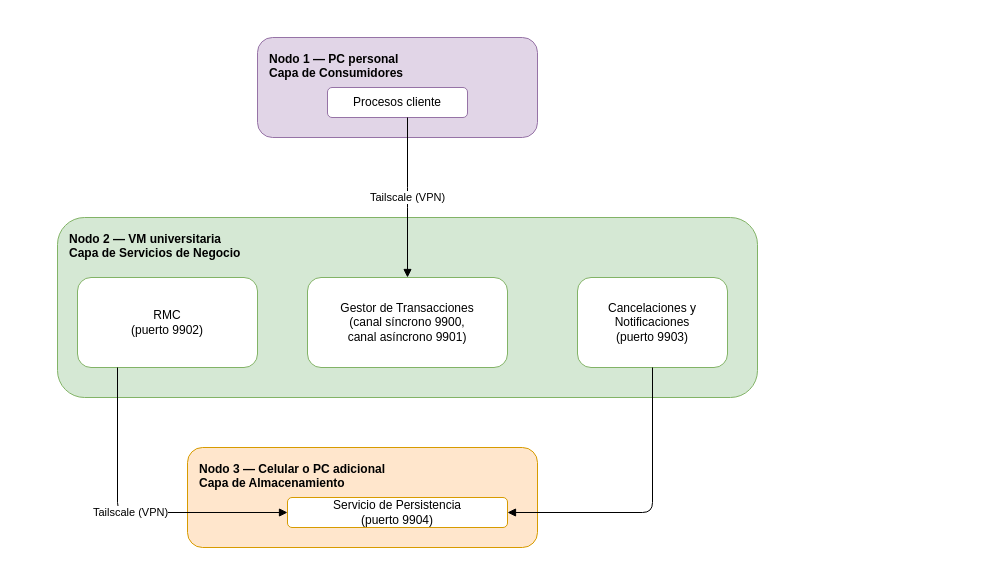
Earlier version of the draw.io diagram docs/diagramas/despliegue.drawio (AdrianMontLin/sistema-reserva-boletos). Source tidied: cells renumbered, new cells numbered last; positions are measured from the earlier drawing's top-left corner, leaving out a move shared by most shapes. Both pictures are drawn from the tidied source at 100%, with x=0, y=0 at pixel (57, 37).
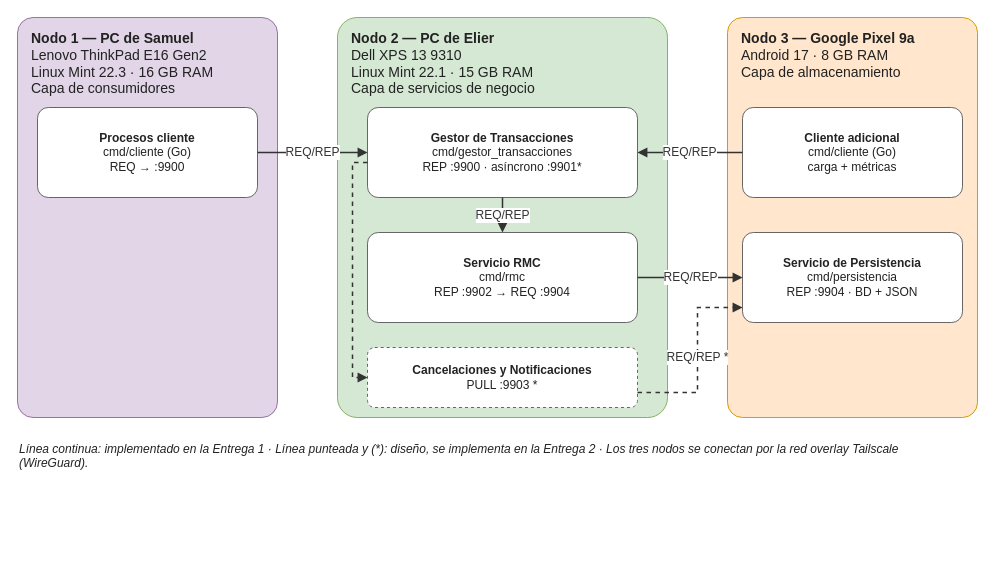
Above is the later version.

Diff of the diagram source:
```diff
@@
-    <mxCell id="2" value="Nodo 1 — PC personal&#10;Capa de Consumidores" style="rounded=1;whiteSpace=wrap;html=1;fillColor=#E1D5E7;strokeColor=#9673A6;verticalAlign=top;align=left;spacingLeft=10;spacingTop=8;fontStyle=1;" parent="1" vertex="1">
-      <mxGeometry x="200" width="280" height="100" as="geometry" />
-    </mxCell>
-    <mxCell id="3" value="Procesos cliente" style="rounded=1;whiteSpace=wrap;html=1;fillColor=#ffffff;strokeColor=#9673A6;" parent="1" vertex="1">
-      <mxGeometry x="270" y="50" width="140" height="30" as="geometry" />
-    </mxCell>
-    <mxCell id="4" value="Nodo 2 — VM universitaria&#10;Capa de Servicios de Negocio" style="rounded=1;whiteSpace=wrap;html=1;fillColor=#D5E8D4;strokeColor=#82B366;verticalAlign=top;align=left;spacingLeft=10;spacingTop=8;fontStyle=1;" parent="1" vertex="1">
-      <mxGeometry y="180" width="700" height="180" as="geometry" />
-    </mxCell>
-    <mxCell id="5" value="Gestor de Transacciones&#10;(canal síncrono 9900,&#10;canal asíncrono 9901)" style="rounded=1;whiteSpace=wrap;html=1;fillColor=#ffffff;strokeColor=#82B366;" parent="1" vertex="1">
-      <mxGeometry x="250" y="240" width="200" height="90" as="geometry" />
-    </mxCell>
-    <mxCell id="6" value="RMC&#10;(puerto 9902)" style="rounded=1;whiteSpace=wrap;html=1;fillColor=#ffffff;strokeColor=#82B366;" parent="1" vertex="1">
-      <mxGeometry x="20" y="240" width="180" height="90" as="geometry" />
-    </mxCell>
-    <mxCell id="7" value="Cancelaciones y&#10;Notificaciones&#10;(puerto 9903)" style="rounded=1;whiteSpace=wrap;html=1;fillColor=#ffffff;strokeColor=#82B366;" parent="1" vertex="1">
-      <mxGeometry x="520" y="240" width="150" height="90" as="geometry" />
-    </mxCell>
-    <mxCell id="8" value="Nodo 3 — Celular o PC adicional&#10;Capa de Almacenamiento" style="rounded=1;whiteSpace=wrap;html=1;fillColor=#FFE6CC;strokeColor=#D79B00;verticalAlign=top;align=left;spacingLeft=10;spacingTop=8;fontStyle=1;" parent="1" vertex="1">
-      <mxGeometry x="130" y="410" width="350" height="100" as="geometry" />
-    </mxCell>
-    <mxCell id="9" value="Servicio de Persistencia&#10;(puerto 9904)" style="rounded=1;whiteSpace=wrap;html=1;fillColor=#ffffff;strokeColor=#D79B00;" parent="1" vertex="1">
-      <mxGeometry x="230" y="460" width="220" height="30" as="geometry" />
-    </mxCell>
-    <mxCell id="10" value="Tailscale (VPN)" style="edgeStyle=orthogonalEdgeStyle;html=1;endArrow=block;" parent="1" edge="1" source="3" target="5">
-      <mxGeometry relative="1" as="geometry">
-        <Array as="points">
-          <mxPoint x="350" y="160" />
-          <mxPoint x="350" y="160" />
-        </Array>
-      </mxGeometry>
-    </mxCell>
-    <mxCell id="11" value="Tailscale (VPN)" style="edgeStyle=orthogonalEdgeStyle;html=1;endArrow=block;" parent="1" edge="1" source="6" target="9">
-      <mxGeometry relative="1" as="geometry">
-        <Array as="points">
-          <mxPoint x="60" y="475" />
-        </Array>
-      </mxGeometry>
-    </mxCell>
-    <mxCell id="12" style="edgeStyle=orthogonalEdgeStyle;html=1;endArrow=block;" parent="1" edge="1" source="7" target="9">
-      <mxGeometry relative="1" as="geometry">
-        <Array as="points">
-          <mxPoint x="595" y="475" />
-        </Array>
-      </mxGeometry>
-    </mxCell>
+    <mxCell id="13" value="&lt;b&gt;Nodo 1 — PC de Samuel&lt;/b&gt;&lt;br&gt;Lenovo ThinkPad E16 Gen2&lt;br&gt;Linux Mint 22.3 · 16 GB RAM&lt;br&gt;Capa de consumidores" style="rounded=1;arcSize=6;whiteSpace=wrap;html=1;fillColor=#E1D5E7;strokeColor=#9673A6;fontColor=#222222;fontSize=14;verticalAlign=top;align=left;spacingLeft=12;spacingTop=6;" parent="1" vertex="1">
+      <mxGeometry x="-40" y="-20" width="260" height="400" as="geometry" />
+    </mxCell>
+    <mxCell id="14" value="&lt;b&gt;Nodo 2 — PC de Elier&lt;/b&gt;&lt;br&gt;Dell XPS 13 9310&lt;br&gt;Linux Mint 22.1 · 15 GB RAM&lt;br&gt;Capa de servicios de negocio" style="rounded=1;arcSize=6;whiteSpace=wrap;html=1;fillColor=#D5E8D4;strokeColor=#82B366;fontColor=#222222;fontSize=14;verticalAlign=top;align=left;spacingLeft=12;spacingTop=6;" parent="1" vertex="1">
+      <mxGeometry x="280" y="-20" width="330" height="400" as="geometry" />
+    </mxCell>
+    <mxCell id="15" value="&lt;b&gt;Nodo 3 — Google Pixel 9a&lt;/b&gt;&lt;br&gt;Android 17 · 8 GB RAM&lt;br&gt;Capa de almacenamiento" style="rounded=1;arcSize=6;whiteSpace=wrap;html=1;fillColor=#FFE6CC;strokeColor=#D79B00;fontColor=#222222;fontSize=14;verticalAlign=top;align=left;spacingLeft=12;spacingTop=6;" parent="1" vertex="1">
+      <mxGeometry x="670" y="-20" width="250" height="400" as="geometry" />
+    </mxCell>
+    <mxCell id="16" value="&lt;b&gt;Procesos cliente&lt;/b&gt;&lt;br&gt;cmd/cliente (Go)&lt;br&gt;REQ → :9900" style="rounded=1;arcSize=12;whiteSpace=wrap;html=1;fillColor=#FFFFFF;strokeColor=#666666;fontColor=#222222;fontSize=12;align=center;verticalAlign=middle;" parent="1" vertex="1">
+      <mxGeometry x="-20" y="70" width="220" height="90" as="geometry" />
+    </mxCell>
+    <mxCell id="17" value="&lt;b&gt;Gestor de Transacciones&lt;/b&gt;&lt;br&gt;cmd/gestor_transacciones&lt;br&gt;REP :9900 · asíncrono :9901*" style="rounded=1;arcSize=12;whiteSpace=wrap;html=1;fillColor=#FFFFFF;strokeColor=#666666;fontColor=#222222;fontSize=12;align=center;verticalAlign=middle;" parent="1" vertex="1">
+      <mxGeometry x="310" y="70" width="270" height="90" as="geometry" />
+    </mxCell>
+    <mxCell id="18" value="&lt;b&gt;Servicio RMC&lt;/b&gt;&lt;br&gt;cmd/rmc&lt;br&gt;REP :9902 → REQ :9904" style="rounded=1;arcSize=12;whiteSpace=wrap;html=1;fillColor=#FFFFFF;strokeColor=#666666;fontColor=#222222;fontSize=12;align=center;verticalAlign=middle;" parent="1" vertex="1">
+      <mxGeometry x="310" y="195" width="270" height="90" as="geometry" />
+    </mxCell>
+    <mxCell id="19" value="&lt;b&gt;Cancelaciones y Notificaciones&lt;/b&gt;&lt;br&gt;PULL :9903 *" style="rounded=1;arcSize=12;whiteSpace=wrap;html=1;fillColor=#FFFFFF;strokeColor=#666666;fontColor=#222222;fontSize=12;align=center;verticalAlign=middle;dashed=1;" parent="1" vertex="1">
+      <mxGeometry x="310" y="310" width="270" height="60" as="geometry" />
+    </mxCell>
+    <mxCell id="20" value="&lt;b&gt;Cliente adicional&lt;/b&gt;&lt;br&gt;cmd/cliente (Go)&lt;br&gt;carga + métricas" style="rounded=1;arcSize=12;whiteSpace=wrap;html=1;fillColor=#FFFFFF;strokeColor=#666666;fontColor=#222222;fontSize=12;align=center;verticalAlign=middle;" parent="1" vertex="1">
+      <mxGeometry x="685" y="70" width="220" height="90" as="geometry" />
+    </mxCell>
+    <mxCell id="21" value="&lt;b&gt;Servicio de Persistencia&lt;/b&gt;&lt;br&gt;cmd/persistencia&lt;br&gt;REP :9904 · BD + JSON" style="rounded=1;arcSize=12;whiteSpace=wrap;html=1;fillColor=#FFFFFF;strokeColor=#666666;fontColor=#222222;fontSize=12;align=center;verticalAlign=middle;" parent="1" vertex="1">
+      <mxGeometry x="685" y="195" width="220" height="90" as="geometry" />
+    </mxCell>
+    <mxCell id="22" value="REQ/REP" style="html=1;rounded=0;strokeWidth=1.5;labelBackgroundColor=#ffffff;fontSize=12;fontColor=#333333;strokeColor=#333333;endArrow=block;endFill=1;startArrow=none;" parent="1" edge="1">
+      <mxGeometry relative="1" as="geometry">
+        <mxPoint x="200" y="115" as="sourcePoint" />
+        <mxPoint x="310" y="115" as="targetPoint" />
+      </mxGeometry>
+    </mxCell>
+    <mxCell id="23" value="REQ/REP" style="html=1;rounded=0;strokeWidth=1.5;labelBackgroundColor=#ffffff;fontSize=12;fontColor=#333333;strokeColor=#333333;endArrow=block;endFill=1;startArrow=none;" parent="1" edge="1">
+      <mxGeometry relative="1" as="geometry">
+        <mxPoint x="685" y="115" as="sourcePoint" />
+        <mxPoint x="580" y="115" as="targetPoint" />
+      </mxGeometry>
+    </mxCell>
+    <mxCell id="24" value="REQ/REP" style="html=1;rounded=0;strokeWidth=1.5;labelBackgroundColor=#ffffff;fontSize=12;fontColor=#333333;strokeColor=#333333;endArrow=block;endFill=1;startArrow=none;" parent="1" edge="1">
+      <mxGeometry relative="1" as="geometry">
+        <mxPoint x="445" y="160" as="sourcePoint" />
+        <mxPoint x="445" y="195" as="targetPoint" />
+      </mxGeometry>
+    </mxCell>
+    <mxCell id="25" value="REQ/REP" style="html=1;rounded=0;strokeWidth=1.5;labelBackgroundColor=#ffffff;fontSize=12;fontColor=#333333;strokeColor=#333333;endArrow=block;endFill=1;startArrow=none;" parent="1" edge="1">
+      <mxGeometry relative="1" as="geometry">
+        <mxPoint x="580" y="240" as="sourcePoint" />
+        <mxPoint x="685" y="240" as="targetPoint" />
+      </mxGeometry>
+    </mxCell>
+    <mxCell id="26" style="html=1;rounded=0;strokeWidth=1.5;labelBackgroundColor=#ffffff;fontSize=12;fontColor=#333333;strokeColor=#333333;endArrow=block;endFill=1;startArrow=none;dashed=1;" parent="1" edge="1">
+      <mxGeometry relative="1" as="geometry">
+        <mxPoint x="310" y="125" as="sourcePoint" />
+        <mxPoint x="310" y="340" as="targetPoint" />
+        <Array as="points">
+          <mxPoint x="295" y="125" />
+          <mxPoint x="295" y="340" />
+        </Array>
+      </mxGeometry>
+    </mxCell>
+    <mxCell id="27" value="REQ/REP *" style="html=1;rounded=0;strokeWidth=1.5;labelBackgroundColor=#ffffff;fontSize=12;fontColor=#333333;strokeColor=#333333;endArrow=block;endFill=1;startArrow=none;dashed=1;" parent="1" edge="1">
+      <mxGeometry relative="1" as="geometry">
+        <mxPoint x="580" y="355" as="sourcePoint" />
+        <mxPoint x="685" y="270" as="targetPoint" />
+        <Array as="points">
+          <mxPoint x="640" y="355" />
+          <mxPoint x="640" y="270" />
+        </Array>
+      </mxGeometry>
+    </mxCell>
+    <mxCell id="28" value="Línea continua: implementado en la Entrega 1 · Línea punteada y (*): diseño, se implementa en la Entrega 2 · Los tres nodos se conectan por la red overlay Tailscale (WireGuard)." style="text;html=1;align=left;verticalAlign=top;whiteSpace=wrap;fontSize=12;fontColor=#222222;fontStyle=2;" parent="1" vertex="1">
+      <mxGeometry x="-40" y="398" width="900" height="23" as="geometry" />
+    </mxCell>
```
